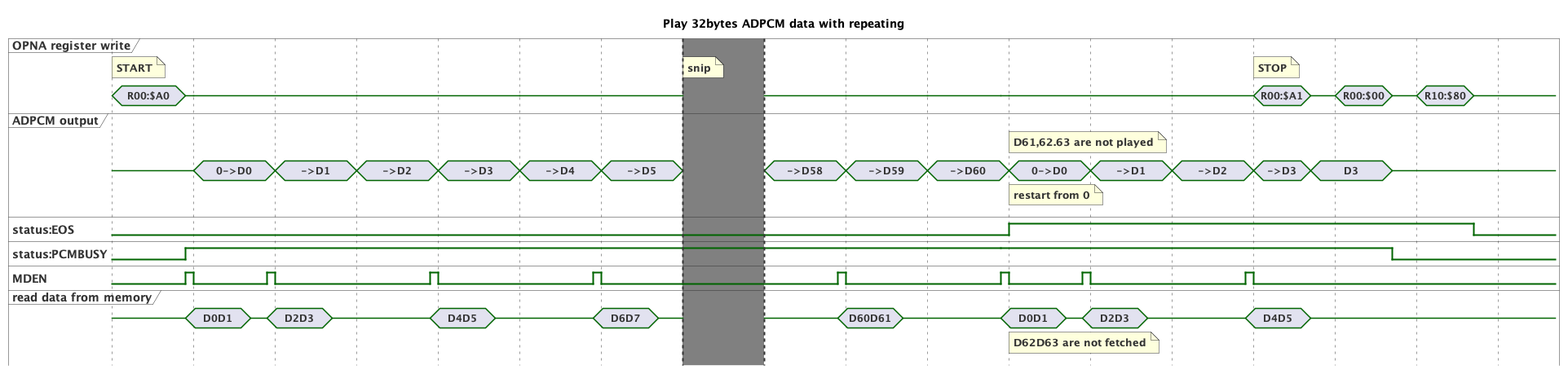
The PlantUML diagram chart/adpcm_play_repeat.png in hyano/opna-analyze, before a commit.
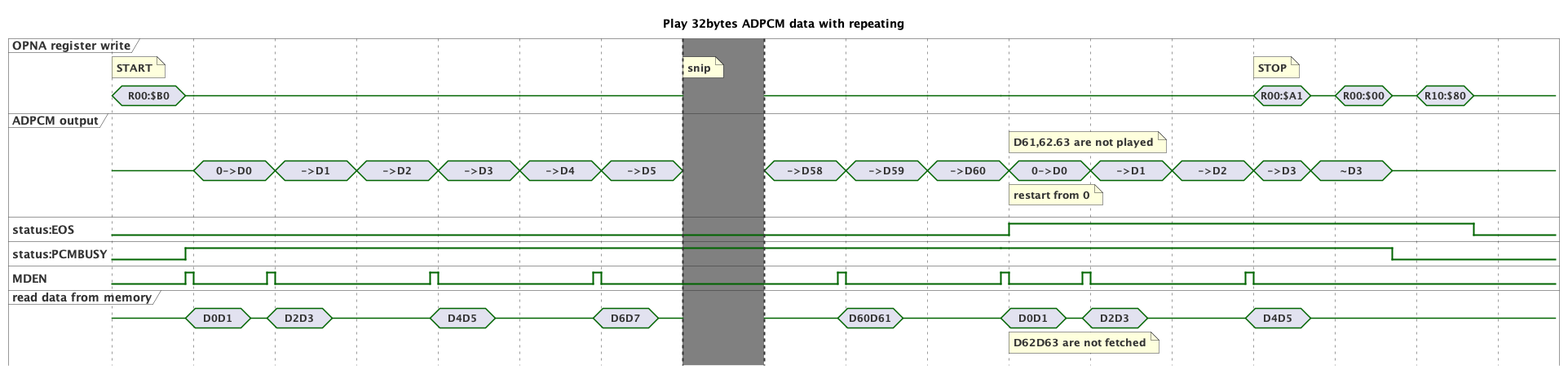
After the commit.

Commit message:
リピート再生時のコントロールレジスタ1の設定を修正した

The edit, as a diff of the source:
```diff
@@ -17,7 +17,7 @@
 
 
 @:start
-OPNA is "R00:$A0"
+OPNA is "R00:$B0"
 note top of OPNA: START
 OUT is {-}
 RD is {-}
@@ -161,7 +161,7 @@
 note top of OPNA: STOP
 @+70
 OPNA is {-}
-OUT is "D3"
+OUT is "~D3"
 @:stopseq+100
 OPNA is "R00:$00"
 @+70
```
